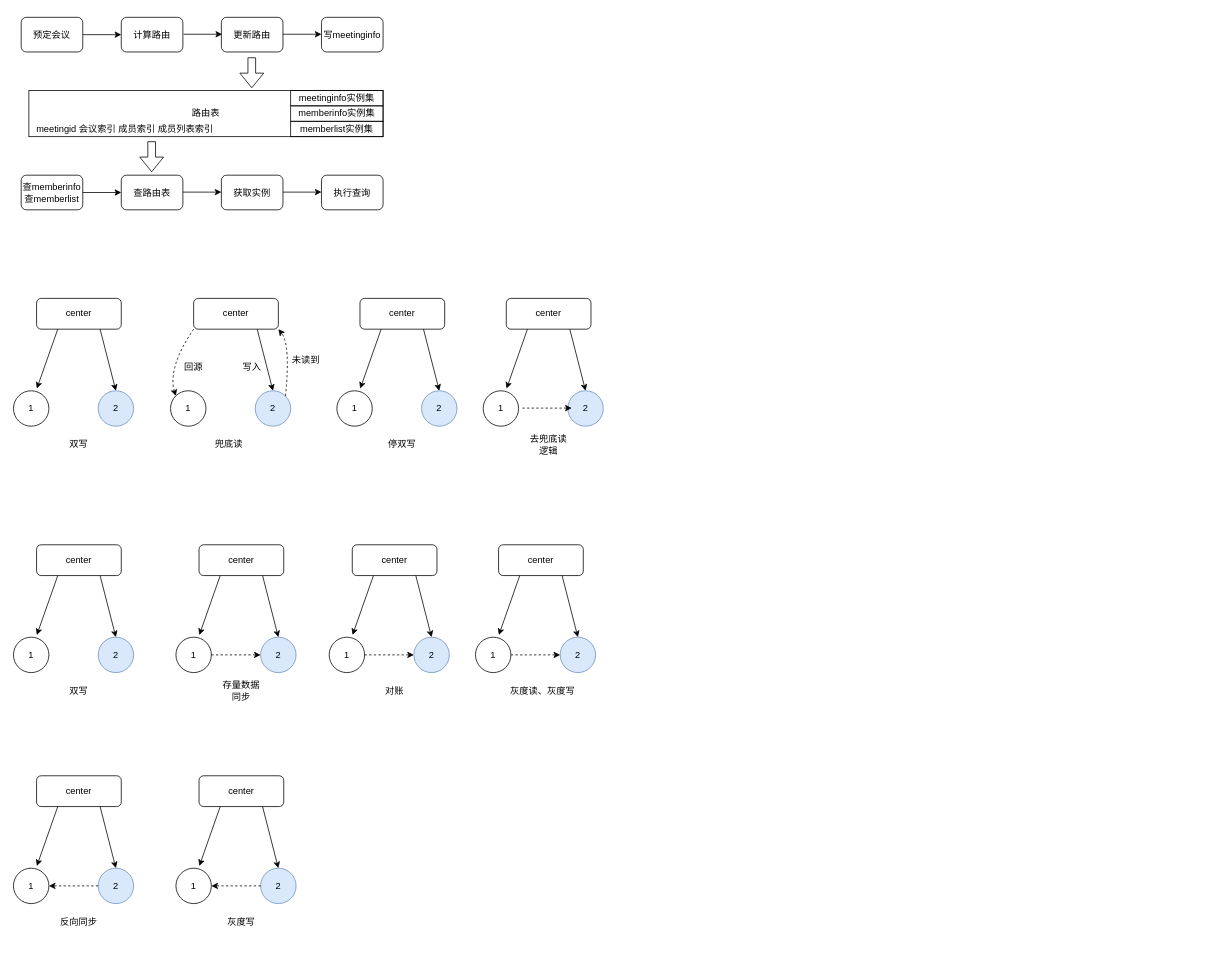
The draw.io diagram arch/实例拆分方案.drawio in melonshell/draw.io, before the edit. Source tidied: cells renumbered, new cells numbered last; positions are measured from the earlier drawing's top-left corner, leaving out a move shared by most shapes. Both pictures are drawn from the tidied source at 77%, with x=0, y=0 at pixel (13, 17).
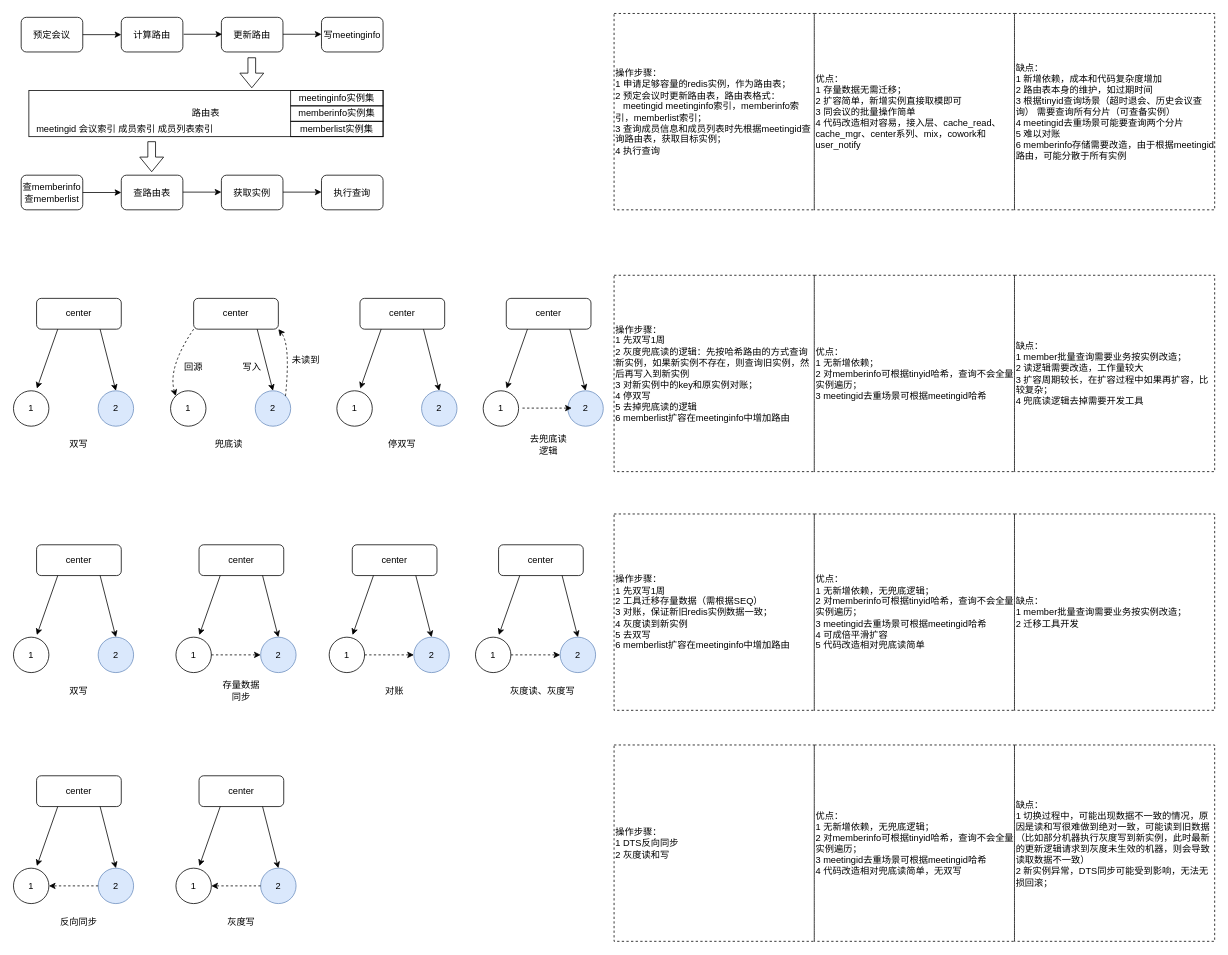
After the change.

Commit message:
更新实例拆分方案.drawio

What changed in the source:
```diff
@@
+    <mxCell id="94" value="操作步骤：&lt;br&gt;1 申请足够容量的redis实例，作为路由表；&lt;br&gt;2 预定会议时更新路由表，路由表格式：&lt;br&gt;&amp;nbsp; &amp;nbsp;meetingid meetinginfo索引，memberinfo索引，memberlist索引；&lt;br&gt;3 查询成员信息和成员列表时先根据meetingid查询路由表，获取目标实例；&lt;br&gt;4 执行查询" style="rounded=0;whiteSpace=wrap;html=1;fillColor=none;dashed=1;align=left;" parent="1" vertex="1">
+      <mxGeometry x="780" y="-5" width="260" height="255" as="geometry" />
+    </mxCell>
+    <mxCell id="95" value="优点：&lt;br&gt;1 存量数据无需迁移；&lt;br&gt;2 扩容简单，新增实例直接取模即可&lt;br&gt;3 同会议的批量操作简单&lt;br&gt;4 代码改造相对容易，接入层、cache_read、cache_mgr、center系列、mix，cowork和user_notify" style="rounded=0;whiteSpace=wrap;html=1;fillColor=none;dashed=1;align=left;" parent="1" vertex="1">
+      <mxGeometry x="1040" y="-5" width="260" height="255" as="geometry" />
+    </mxCell>
+    <mxCell id="96" value="缺点：&lt;br&gt;1 新增依赖，成本和代码复杂度增加&lt;br&gt;2 路由表本身的维护，如过期时间&lt;br&gt;3 根据tinyid查询场景（超时退会、历史会议查询） 需要查询所有分片（可查备实例）&lt;br&gt;4 meetingid去重场景可能要查询两个分片&lt;br&gt;5 难以对账&lt;br&gt;6 memberinfo存储需要改造，由于根据meetingid路由，可能分散于所有实例" style="rounded=0;whiteSpace=wrap;html=1;fillColor=none;dashed=1;align=left;" parent="1" vertex="1">
+      <mxGeometry x="1300" y="-5" width="260" height="255" as="geometry" />
+    </mxCell>
+    <mxCell id="97" value="操作步骤：&lt;br&gt;1 先双写1周&lt;br&gt;2 灰度兜底读的逻辑：先按哈希路由的方式查询新实例，如果新实例不存在，则查询旧实例，然后再写入到新实例&lt;br&gt;3 对新实例中的key和原实例对账；&lt;br&gt;4 停双写&lt;br&gt;5 去掉兜底读的逻辑&lt;br&gt;6 memberlist扩容在meetinginfo中增加路由" style="rounded=0;whiteSpace=wrap;html=1;fillColor=none;dashed=1;align=left;" parent="1" vertex="1">
+      <mxGeometry x="780" y="335" width="260" height="255" as="geometry" />
+    </mxCell>
+    <mxCell id="98" value="优点：&lt;br&gt;1 无新增依赖；&lt;br&gt;2 对memberinfo可根据tinyid哈希，查询不会全量实例遍历；&lt;br&gt;3 meetingid去重场景可根据meetingid哈希" style="rounded=0;whiteSpace=wrap;html=1;fillColor=none;dashed=1;align=left;" parent="1" vertex="1">
+      <mxGeometry x="1040" y="335" width="260" height="255" as="geometry" />
+    </mxCell>
+    <mxCell id="99" value="缺点：&lt;br&gt;1 member批量查询需要业务按实例改造；&lt;br&gt;2 读逻辑需要改造，工作量较大&lt;br&gt;3 扩容周期较长，在扩容过程中如果再扩容，比较复杂；&lt;br&gt;4 兜底读逻辑去掉需要开发工具" style="rounded=0;whiteSpace=wrap;html=1;fillColor=none;dashed=1;align=left;" parent="1" vertex="1">
+      <mxGeometry x="1300" y="335" width="260" height="255" as="geometry" />
+    </mxCell>
+    <mxCell id="100" value="操作步骤：&lt;br&gt;1 先双写1周&lt;br&gt;2 工具迁移存量数据（需根据SEQ）&lt;br&gt;3 对账，保证新旧redis实例数据一致；&lt;br&gt;4 灰度读到新实例&lt;br&gt;5 去双写&lt;br&gt;6 memberlist扩容在meetinginfo中增加路由" style="rounded=0;whiteSpace=wrap;html=1;fillColor=none;dashed=1;align=left;" parent="1" vertex="1">
+      <mxGeometry x="780" y="645" width="260" height="255" as="geometry" />
+    </mxCell>
+    <mxCell id="101" value="优点：&lt;br&gt;1 无新增依赖，无兜底逻辑；&lt;br&gt;2 对memberinfo可根据tinyid哈希，查询不会全量实例遍历；&lt;br&gt;3 meetingid去重场景可根据meetingid哈希&lt;br&gt;4 可成倍平滑扩容&lt;br&gt;5 代码改造相对兜底读简单" style="rounded=0;whiteSpace=wrap;html=1;fillColor=none;dashed=1;align=left;" parent="1" vertex="1">
+      <mxGeometry x="1040" y="645" width="260" height="255" as="geometry" />
+    </mxCell>
+    <mxCell id="102" value="缺点：&lt;br&gt;1 member批量查询需要业务按实例改造；&lt;br&gt;2 迁移工具开发" style="rounded=0;whiteSpace=wrap;html=1;fillColor=none;dashed=1;align=left;" parent="1" vertex="1">
+      <mxGeometry x="1300" y="645" width="260" height="255" as="geometry" />
+    </mxCell>
+    <mxCell id="103" value="操作步骤：&lt;br&gt;1 DTS反向同步&lt;br&gt;2 灰度读和写" style="rounded=0;whiteSpace=wrap;html=1;fillColor=none;dashed=1;align=left;" parent="1" vertex="1">
+      <mxGeometry x="780" y="945" width="260" height="255" as="geometry" />
+    </mxCell>
+    <mxCell id="104" value="优点：&lt;br&gt;1 无新增依赖，无兜底逻辑；&lt;br&gt;2 对memberinfo可根据tinyid哈希，查询不会全量实例遍历；&lt;br&gt;3 meetingid去重场景可根据meetingid哈希&lt;br&gt;4 代码改造相对兜底读简单，无双写" style="rounded=0;whiteSpace=wrap;html=1;fillColor=none;dashed=1;align=left;" parent="1" vertex="1">
+      <mxGeometry x="1040" y="945" width="260" height="255" as="geometry" />
+    </mxCell>
+    <mxCell id="105" value="缺点：&lt;br&gt;1 切换过程中，可能出现数据不一致的情况，原因是读和写很难做到绝对一致，可能读到旧数据（比如部分机器执行灰度写到新实例，此时最新的更新逻辑请求到灰度未生效的机器，则会导致读取数据不一致）&lt;br&gt;2 新实例异常，DTS同步可能受到影响，无法无损回滚；" style="rounded=0;whiteSpace=wrap;html=1;fillColor=none;dashed=1;align=left;" parent="1" vertex="1">
+      <mxGeometry x="1300" y="945" width="260" height="255" as="geometry" />
+    </mxCell>
```
